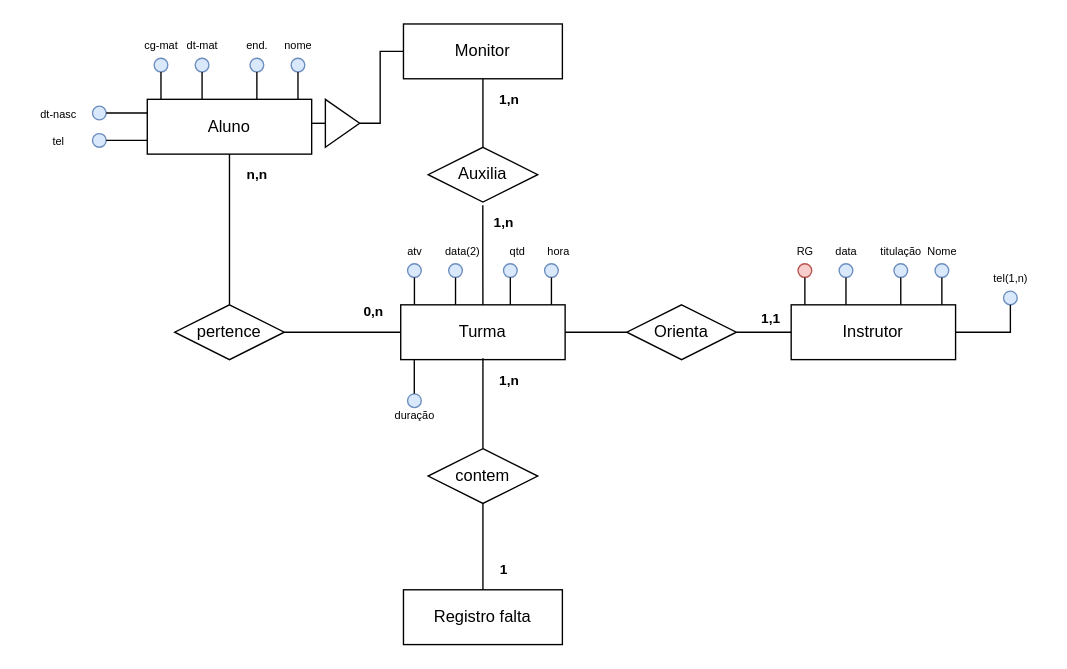
The draw.io diagram 3-Period-IFSI/Banco de Dados/ATV-Modelagem/Exercicio-2-MCBD.drawio in EdOc-PS/IFMG_Sistema-de-Informacao, before the edit. Source tidied: cells renumbered, new cells numbered last; positions are measured from the earlier drawing's top-left corner, leaving out a move shared by most shapes. Both pictures are drawn from the tidied source at 137%, with x=0, y=0 at pixel (23, 23).
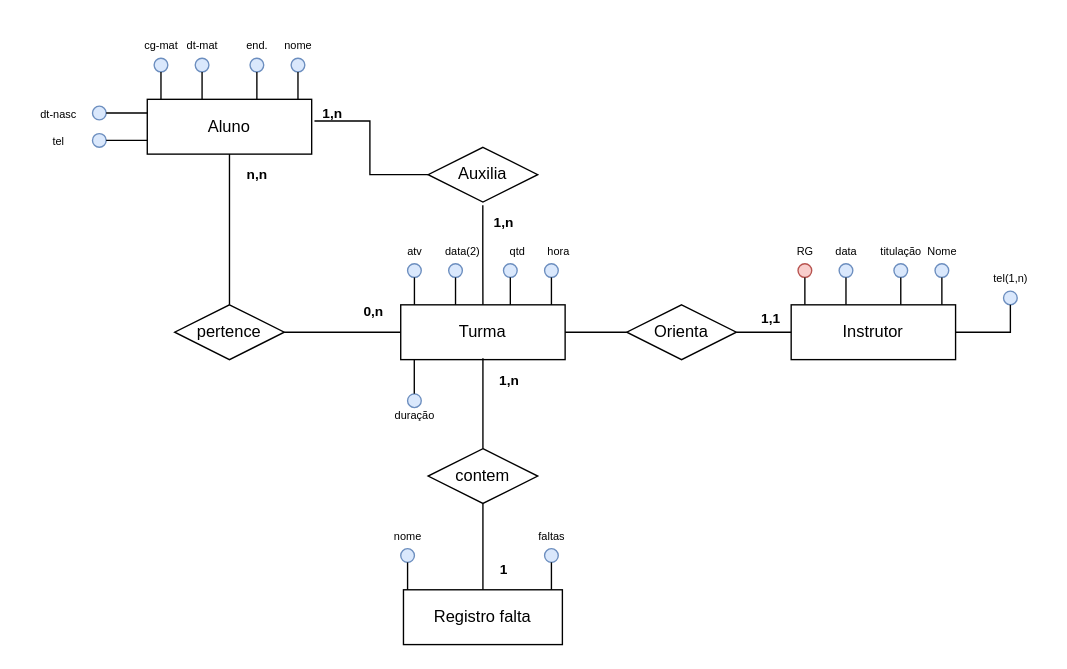
Above is the later version.

Unchanged cells that the change refers to:
```xml
<mxCell id="2" value="Aluno" style="rounded=0;whiteSpace=wrap;html=1;" parent="1" vertex="1">
  <mxGeometry x="90" y="55" width="120" height="40" as="geometry" />
</mxCell>
<mxCell id="67" value="Auxilia" style="rhombus;whiteSpace=wrap;html=1;" parent="1" vertex="1">
  <mxGeometry x="295" y="90" width="80" height="40" as="geometry" />
</mxCell>
```

Change to the diagram source:
```diff
@@
-    <mxCell id="63" style="edgeStyle=orthogonalEdgeStyle;rounded=0;jettySize=auto;html=1;endArrow=none;endFill=0;exitX=1;exitY=0.5;exitDx=0;exitDy=0;entryX=0;entryY=0.5;entryDx=0;entryDy=0;" parent="1" edge="1" source="64" target="65">
-      <mxGeometry relative="1" as="geometry">
-        <Array as="points">
-          <mxPoint x="260" y="73" />
-          <mxPoint x="260" y="20" />
-        </Array>
-      </mxGeometry>
-    </mxCell>
-    <mxCell id="64" style="triangle;whiteSpace=wrap;html=1;" parent="1" vertex="1">
-      <mxGeometry x="220" y="55" width="25" height="35" as="geometry" />
-    </mxCell>
-    <mxCell id="65" value="Monitor" style="rounded=0;whiteSpace=wrap;html=1;" parent="1" vertex="1">
-      <mxGeometry x="277" width="116" height="40" as="geometry" />
-    </mxCell>
-    <mxCell id="66" style="edgeStyle=orthogonalEdgeStyle;rounded=0;jettySize=auto;html=1;entryX=0.5;entryY=1;entryDx=0;entryDy=0;endArrow=none;endFill=0;" parent="1" edge="1" source="67" target="65">
+    <mxCell id="66" style="edgeStyle=orthogonalEdgeStyle;rounded=0;jettySize=auto;html=1;endArrow=none;endFill=0;entryX=1.017;entryY=0.395;entryDx=0;entryDy=0;entryPerimeter=0;" parent="1" edge="1" source="67" target="2">
       <mxGeometry relative="1" as="geometry" />
     </mxCell>
@@
-    <mxCell id="73" style="edgeStyle=orthogonalEdgeStyle;rounded=0;orthogonalLoop=1;jettySize=auto;html=1;endArrow=none;endFill=0;entryX=1;entryY=0.438;entryDx=0;entryDy=0;entryPerimeter=0;" parent="1" edge="1">
-      <mxGeometry relative="1" as="geometry">
-        <mxPoint x="220" y="72.5" as="sourcePoint" />
-        <mxPoint x="210" y="72.5" as="targetPoint" />
-      </mxGeometry>
-    </mxCell>
@@
     <mxCell id="75" value="&lt;b&gt;&lt;font style=&quot;font-size: 10px;&quot;&gt;1,n&lt;/font&gt;&lt;/b&gt;" style="text;html=1;align=center;verticalAlign=middle;strokeColor=none;fillColor=none;" parent="1" vertex="1">
-      <mxGeometry x="334" y="40" width="40" height="30" as="geometry" />
+      <mxGeometry x="205" y="50" width="40" height="30" as="geometry" />
     </mxCell>
@@
+    <mxCell id="77" style="ellipse;whiteSpace=wrap;html=1;fillColor=#dae8fc;strokeColor=#6c8ebf;" parent="1" vertex="1">
+      <mxGeometry x="275" y="383" width="10" height="10" as="geometry" />
+    </mxCell>
+    <mxCell id="78" style="edgeStyle=orthogonalEdgeStyle;rounded=0;jettySize=auto;html=1;endArrow=none;endFill=0;" parent="1" edge="1" source="77">
+      <mxGeometry relative="1" as="geometry">
+        <mxPoint x="280" y="413" as="targetPoint" />
+      </mxGeometry>
+    </mxCell>
+    <mxCell id="79" value="&lt;span style=&quot;font-size: 8px;&quot;&gt;nome&lt;/span&gt;" style="text;html=1;align=center;verticalAlign=middle;strokeColor=none;fillColor=none;" parent="1" vertex="1">
+      <mxGeometry x="260" y="358" width="40" height="30" as="geometry" />
+    </mxCell>
+    <mxCell id="80" style="ellipse;whiteSpace=wrap;html=1;fillColor=#dae8fc;strokeColor=#6c8ebf;" parent="1" vertex="1">
+      <mxGeometry x="380" y="383" width="10" height="10" as="geometry" />
+    </mxCell>
+    <mxCell id="81" style="edgeStyle=orthogonalEdgeStyle;rounded=0;jettySize=auto;html=1;endArrow=none;endFill=0;" parent="1" edge="1" source="80">
+      <mxGeometry relative="1" as="geometry">
+        <mxPoint x="385" y="413" as="targetPoint" />
+      </mxGeometry>
+    </mxCell>
+    <mxCell id="82" value="&lt;span style=&quot;font-size: 8px;&quot;&gt;faltas&lt;/span&gt;" style="text;html=1;align=center;verticalAlign=middle;strokeColor=none;fillColor=none;" parent="1" vertex="1">
+      <mxGeometry x="365" y="358" width="40" height="30" as="geometry" />
+    </mxCell>
```
